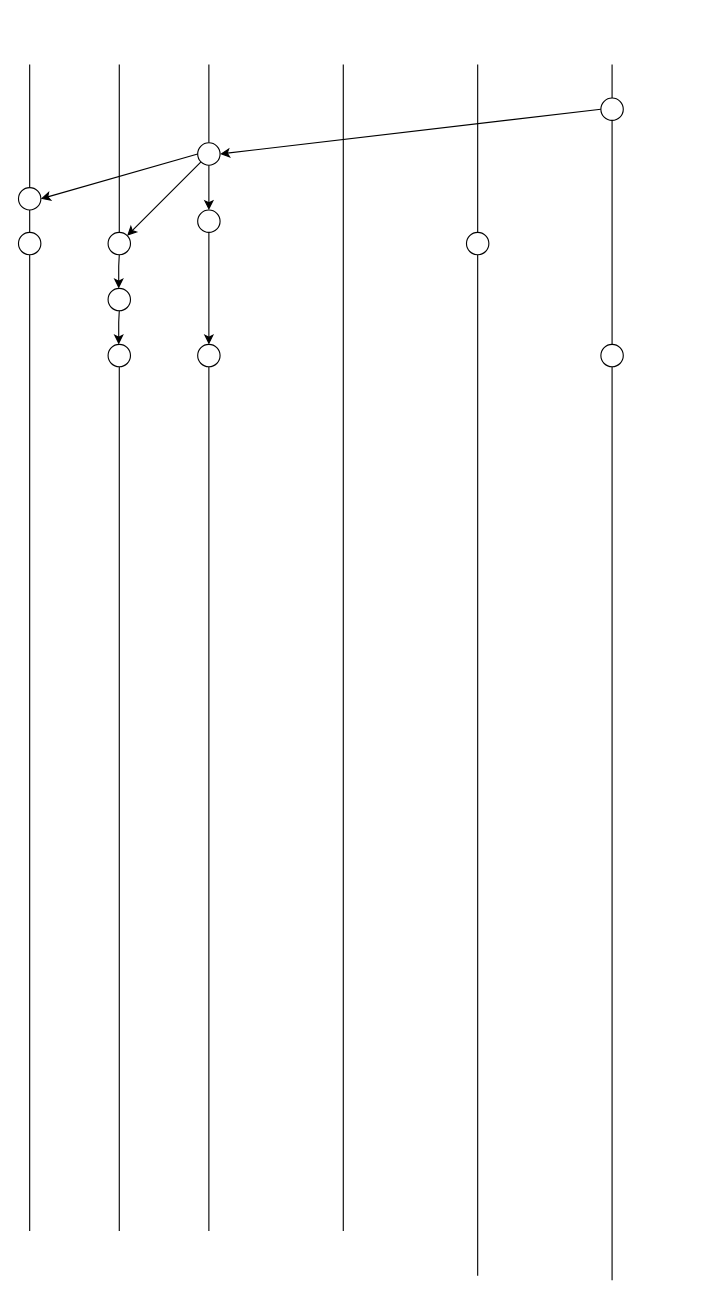
Before: gitbranch.drawio in Saurav1805/Sushant, a draw.io diagram. Source tidied: cells renumbered, new cells numbered last; positions are measured from the earlier drawing's top-left corner, leaving out a move shared by most shapes. Both pictures are drawn from the tidied source at 112%, with x=0, y=0 at pixel (18, 64).
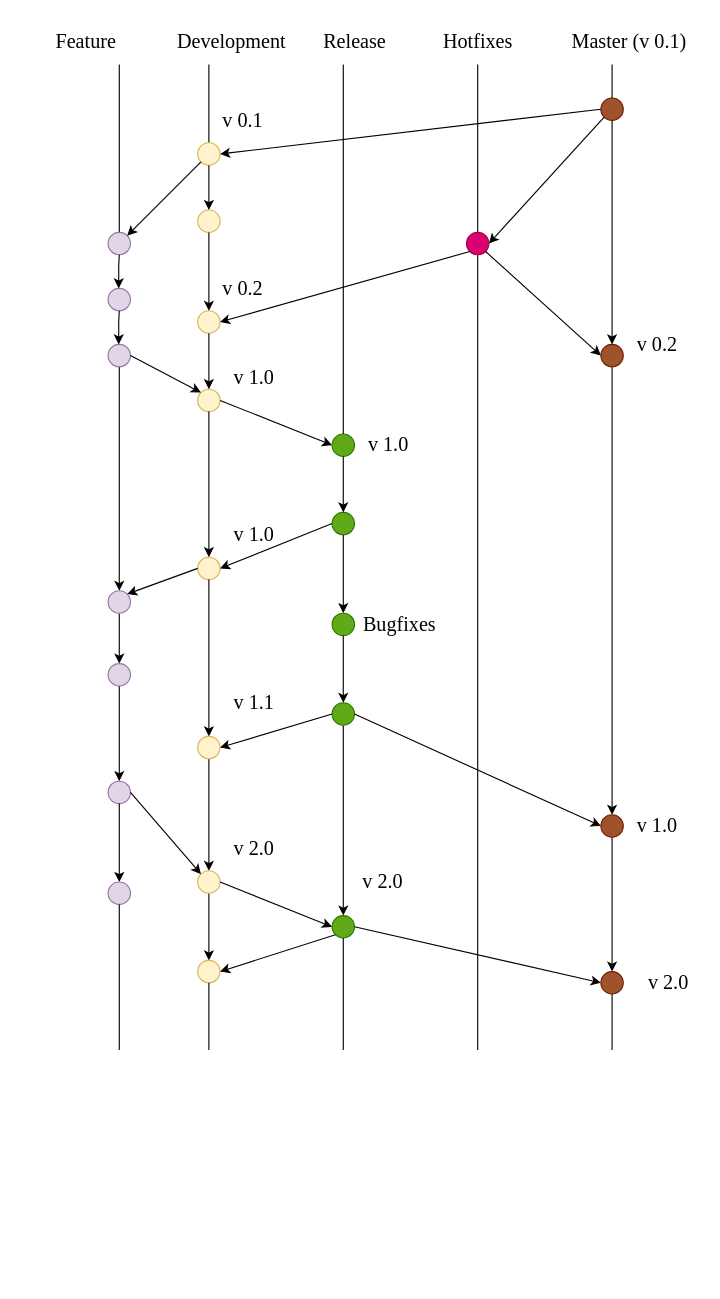
The same page after the edit.

What changed in the source:
```diff
@@
-    <mxCell id="2" style="endArrow=none;html=1;rounded=0;" parent="1" edge="1" source="9">
-      <mxGeometry relative="1" as="geometry">
-        <mxPoint x="10" as="targetPoint" />
-      </mxGeometry>
-    </mxCell>
@@
-    <mxCell id="5" style="endArrow=none;html=1;rounded=0;" parent="1" edge="1">
-      <mxGeometry relative="1" as="geometry">
-        <mxPoint x="290" y="1041.6" as="sourcePoint" />
-        <mxPoint x="290" as="targetPoint" />
-      </mxGeometry>
-    </mxCell>
@@
-    <mxCell id="7" style="endArrow=none;html=1;rounded=0;" parent="1" edge="1" source="18">
-      <mxGeometry relative="1" as="geometry">
-        <mxPoint x="530" as="targetPoint" />
-      </mxGeometry>
-    </mxCell>
-    <mxCell id="8" style="endArrow=none;html=1;rounded=0;" parent="1" edge="1" source="11" target="9">
-      <mxGeometry relative="1" as="geometry" />
-    </mxCell>
-    <mxCell id="9" style="ellipse;whiteSpace=wrap;html=1;" parent="1" vertex="1">
-      <mxGeometry y="110" width="20" height="20" as="geometry" />
-    </mxCell>
-    <mxCell id="10" style="endArrow=none;html=1;rounded=0;" parent="1" edge="1" target="11">
-      <mxGeometry relative="1" as="geometry">
-        <mxPoint x="10" y="1041.6" as="sourcePoint" />
-      </mxGeometry>
-    </mxCell>
-    <mxCell id="11" style="ellipse;whiteSpace=wrap;html=1;" parent="1" vertex="1">
-      <mxGeometry y="150" width="20" height="20" as="geometry" />
-    </mxCell>
-    <mxCell id="12" style="ellipse;whiteSpace=wrap;html=1;" parent="1" vertex="1">
+    <mxCell id="12" style="ellipse;whiteSpace=wrap;html=1;fillColor=#e1d5e7;strokeColor=#9673a6;" parent="1" vertex="1">
       <mxGeometry x="80" y="150" width="20" height="20" as="geometry" />
     </mxCell>
-    <mxCell id="13" style="ellipse;whiteSpace=wrap;html=1;" parent="1" vertex="1">
+    <mxCell id="13" style="ellipse;whiteSpace=wrap;html=1;fillColor=#e1d5e7;strokeColor=#9673a6;" parent="1" vertex="1">
       <mxGeometry x="80" y="200" width="20" height="20" as="geometry" />
     </mxCell>
-    <mxCell id="14" style="endArrow=none;html=1;rounded=0;" parent="1" edge="1" target="15">
-      <mxGeometry relative="1" as="geometry">
-        <mxPoint x="90" y="1041.6" as="sourcePoint" />
-      </mxGeometry>
-    </mxCell>
+    <mxCell id="32" style="edgeStyle=orthogonalEdgeStyle;rounded=0;jettySize=auto;html=1;exitX=0.5;exitY=1;exitDx=0;exitDy=0;entryX=0.5;entryY=0;entryDx=0;entryDy=0;" parent="1" edge="1" source="15" target="52">
+      <mxGeometry relative="1" as="geometry" />
+    </mxCell>
-    <mxCell id="15" style="ellipse;whiteSpace=wrap;html=1;" parent="1" vertex="1">
+    <mxCell id="15" style="ellipse;whiteSpace=wrap;html=1;fillColor=#e1d5e7;strokeColor=#9673a6;" parent="1" vertex="1">
       <mxGeometry x="80" y="250" width="20" height="20" as="geometry" />
     </mxCell>
-    <mxCell id="16" style="ellipse;whiteSpace=wrap;html=1;" parent="1" vertex="1">
+    <mxCell id="16" style="ellipse;whiteSpace=wrap;html=1;fillColor=#a0522d;strokeColor=#6D1F00;fontColor=#ffffff;" parent="1" vertex="1">
       <mxGeometry x="520" y="30" width="20" height="20" as="geometry" />
     </mxCell>
-    <mxCell id="17" style="endArrow=none;html=1;rounded=0;" parent="1" edge="1" target="18">
-      <mxGeometry relative="1" as="geometry">
-        <mxPoint x="530" y="1085.6" as="sourcePoint" />
-      </mxGeometry>
-    </mxCell>
+    <mxCell id="33" style="edgeStyle=orthogonalEdgeStyle;rounded=0;jettySize=auto;html=1;exitX=0.5;exitY=1;exitDx=0;exitDy=0;entryX=0.5;entryY=0;entryDx=0;entryDy=0;" parent="1" edge="1" source="18" target="61">
+      <mxGeometry relative="1" as="geometry" />
+    </mxCell>
-    <mxCell id="18" style="ellipse;whiteSpace=wrap;html=1;" parent="1" vertex="1">
+    <mxCell id="18" style="ellipse;whiteSpace=wrap;html=1;fillColor=#a0522d;strokeColor=#6D1F00;fontColor=#ffffff;" parent="1" vertex="1">
       <mxGeometry x="520" y="250" width="20" height="20" as="geometry" />
     </mxCell>
     <mxCell id="19" style="endArrow=none;html=1;rounded=0;" parent="1" edge="1" target="20">
       <mxGeometry relative="1" as="geometry">
-        <mxPoint x="410" y="1081.6" as="sourcePoint" />
+        <mxPoint x="410" y="880" as="sourcePoint" />
       </mxGeometry>
     </mxCell>
-    <mxCell id="20" style="ellipse;whiteSpace=wrap;html=1;" parent="1" vertex="1">
+    <mxCell id="20" style="ellipse;whiteSpace=wrap;html=1;fillColor=#d80073;fontColor=#ffffff;strokeColor=#A50040;" parent="1" vertex="1">
       <mxGeometry x="400" y="150" width="20" height="20" as="geometry" />
     </mxCell>
-    <mxCell id="21" style="endArrow=none;html=1;rounded=0;" parent="1" edge="1" target="22">
-      <mxGeometry relative="1" as="geometry">
-        <mxPoint x="170" y="1041.6" as="sourcePoint" />
-      </mxGeometry>
-    </mxCell>
-    <mxCell id="22" style="ellipse;whiteSpace=wrap;html=1;" parent="1" vertex="1">
-      <mxGeometry x="160" y="250" width="20" height="20" as="geometry" />
+    <mxCell id="22" style="ellipse;whiteSpace=wrap;html=1;fillColor=#fff2cc;strokeColor=#d6b656;" parent="1" vertex="1">
+      <mxGeometry x="160" y="220" width="20" height="20" as="geometry" />
     </mxCell>
-    <mxCell id="23" style="ellipse;whiteSpace=wrap;html=1;" parent="1" vertex="1">
+    <mxCell id="23" style="ellipse;whiteSpace=wrap;html=1;fillColor=#fff2cc;strokeColor=#d6b656;" parent="1" vertex="1">
       <mxGeometry x="160" y="70" width="20" height="20" as="geometry" />
     </mxCell>
-    <mxCell id="24" style="ellipse;whiteSpace=wrap;html=1;" parent="1" vertex="1">
+    <mxCell id="24" style="ellipse;whiteSpace=wrap;html=1;fillColor=#fff2cc;strokeColor=#d6b656;" parent="1" vertex="1">
       <mxGeometry x="160" y="130" width="20" height="20" as="geometry" />
     </mxCell>
@@
-    <mxCell id="28" style="endArrow=classic;html=1;rounded=0;exitX=0;exitY=0.5;exitDx=0;exitDy=0;entryX=1;entryY=0.5;entryDx=0;entryDy=0;" parent="1" edge="1" source="23" target="9">
-      <mxGeometry relative="1" as="geometry" />
-    </mxCell>
@@
+    <mxCell id="34" style="endArrow=classic;html=1;rounded=0;entryX=1;entryY=0.5;entryDx=0;entryDy=0;exitX=0;exitY=1;exitDx=0;exitDy=0;" parent="1" edge="1" source="20">
+      <mxGeometry relative="1" as="geometry">
+        <mxPoint x="180" y="230" as="targetPoint" />
+      </mxGeometry>
+    </mxCell>
+    <mxCell id="35" style="endArrow=classic;html=1;rounded=0;entryX=0;entryY=0.5;entryDx=0;entryDy=0;exitX=1;exitY=1;exitDx=0;exitDy=0;" parent="1" edge="1" source="20" target="18">
+      <mxGeometry relative="1" as="geometry" />
+    </mxCell>
+    <mxCell id="36" style="ellipse;whiteSpace=wrap;html=1;fillColor=#fff2cc;strokeColor=#d6b656;" parent="1" vertex="1">
+      <mxGeometry x="160" y="290" width="20" height="20" as="geometry" />
+    </mxCell>
+    <mxCell id="37" style="ellipse;whiteSpace=wrap;html=1;fillColor=#fff2cc;strokeColor=#d6b656;" parent="1" vertex="1">
+      <mxGeometry x="160" y="440" width="20" height="20" as="geometry" />
+    </mxCell>
+    <mxCell id="38" style="ellipse;whiteSpace=wrap;html=1;fillColor=#60a917;strokeColor=#2D7600;fontColor=#ffffff;" parent="1" vertex="1">
+      <mxGeometry x="280" y="330" width="20" height="20" as="geometry" />
+    </mxCell>
+    <mxCell id="39" style="ellipse;whiteSpace=wrap;html=1;fillColor=#60a917;strokeColor=#2D7600;fontColor=#ffffff;" parent="1" vertex="1">
+      <mxGeometry x="280" y="400" width="20" height="20" as="geometry" />
+    </mxCell>
+    <mxCell id="40" style="endArrow=classic;html=1;rounded=0;exitX=1;exitY=0.5;exitDx=0;exitDy=0;entryX=0;entryY=0;entryDx=0;entryDy=0;" parent="1" edge="1" source="15" target="36">
+      <mxGeometry relative="1" as="geometry" />
+    </mxCell>
+    <mxCell id="41" style="endArrow=classic;html=1;rounded=0;entryX=0;entryY=0.5;entryDx=0;entryDy=0;exitX=1;exitY=0.5;exitDx=0;exitDy=0;" parent="1" edge="1" source="36" target="38">
+      <mxGeometry relative="1" as="geometry" />
+    </mxCell>
+    <mxCell id="42" style="endArrow=none;html=1;rounded=0;exitX=0.5;exitY=0;exitDx=0;exitDy=0;" parent="1" edge="1" source="38">
+      <mxGeometry relative="1" as="geometry">
+        <mxPoint x="290" as="targetPoint" />
+      </mxGeometry>
+    </mxCell>
+    <mxCell id="43" style="endArrow=classic;html=1;rounded=0;exitX=0.5;exitY=1;exitDx=0;exitDy=0;entryX=0.5;entryY=0;entryDx=0;entryDy=0;" parent="1" edge="1" source="38" target="39">
+      <mxGeometry relative="1" as="geometry" />
+    </mxCell>
+    <mxCell id="44" style="endArrow=classic;html=1;rounded=0;exitX=0;exitY=0.5;exitDx=0;exitDy=0;entryX=1;entryY=0.5;entryDx=0;entryDy=0;" parent="1" edge="1" source="39" target="37">
+      <mxGeometry relative="1" as="geometry" />
+    </mxCell>
+    <mxCell id="45" style="endArrow=classic;html=1;rounded=0;exitX=0.5;exitY=1;exitDx=0;exitDy=0;entryX=0.5;entryY=0;entryDx=0;entryDy=0;" parent="1" edge="1" source="22" target="36">
+      <mxGeometry relative="1" as="geometry" />
+    </mxCell>
+    <mxCell id="46" style="endArrow=classic;html=1;rounded=0;exitX=0.5;exitY=1;exitDx=0;exitDy=0;entryX=0.5;entryY=0;entryDx=0;entryDy=0;" parent="1" edge="1" source="36" target="37">
+      <mxGeometry relative="1" as="geometry" />
+    </mxCell>
+    <mxCell id="47" style="endArrow=classic;html=1;rounded=0;exitX=0.5;exitY=1;exitDx=0;exitDy=0;entryX=0.5;entryY=0;entryDx=0;entryDy=0;" parent="1" edge="1" source="37" target="63">
+      <mxGeometry relative="1" as="geometry" />
+    </mxCell>
+    <mxCell id="48" style="ellipse;whiteSpace=wrap;html=1;fillColor=#60a917;strokeColor=#2D7600;fontColor=#ffffff;" parent="1" vertex="1">
+      <mxGeometry x="280" y="490" width="20" height="20" as="geometry" />
+    </mxCell>
+    <mxCell id="49" style="edgeStyle=orthogonalEdgeStyle;rounded=0;jettySize=auto;html=1;exitX=0.5;exitY=1;exitDx=0;exitDy=0;entryX=0.5;entryY=0;entryDx=0;entryDy=0;" parent="1" edge="1" source="50" target="64">
+      <mxGeometry relative="1" as="geometry" />
+    </mxCell>
+    <mxCell id="50" style="ellipse;whiteSpace=wrap;html=1;fillColor=#60a917;strokeColor=#2D7600;fontColor=#ffffff;" parent="1" vertex="1">
+      <mxGeometry x="280" y="570" width="20" height="20" as="geometry" />
+    </mxCell>
+    <mxCell id="51" style="edgeStyle=orthogonalEdgeStyle;rounded=0;jettySize=auto;html=1;exitX=0.5;exitY=1;exitDx=0;exitDy=0;entryX=0.5;entryY=0;entryDx=0;entryDy=0;" parent="1" edge="1" source="52" target="73">
+      <mxGeometry relative="1" as="geometry" />
+    </mxCell>
+    <mxCell id="52" style="ellipse;whiteSpace=wrap;html=1;fillColor=#e1d5e7;strokeColor=#9673a6;" parent="1" vertex="1">
+      <mxGeometry x="80" y="470" width="20" height="20" as="geometry" />
+    </mxCell>
+    <mxCell id="53" style="endArrow=classic;html=1;rounded=0;exitX=0.5;exitY=1;exitDx=0;exitDy=0;entryX=0.5;entryY=0;entryDx=0;entryDy=0;" parent="1" edge="1" source="39" target="48">
+      <mxGeometry relative="1" as="geometry" />
+    </mxCell>
+    <mxCell id="54" style="endArrow=classic;html=1;rounded=0;entryX=0.5;entryY=0;entryDx=0;entryDy=0;exitX=0.5;exitY=1;exitDx=0;exitDy=0;" parent="1" edge="1" source="48" target="50">
+      <mxGeometry relative="1" as="geometry" />
+    </mxCell>
+    <mxCell id="55" style="endArrow=classic;html=1;rounded=0;entryX=1;entryY=0.5;entryDx=0;entryDy=0;exitX=0;exitY=1;exitDx=0;exitDy=0;" parent="1" edge="1" source="16" target="20">
+      <mxGeometry relative="1" as="geometry" />
+    </mxCell>
+    <mxCell id="56" style="endArrow=classic;html=1;rounded=0;entryX=0.5;entryY=0;entryDx=0;entryDy=0;exitX=0.5;exitY=1;exitDx=0;exitDy=0;" parent="1" edge="1" source="16" target="18">
+      <mxGeometry relative="1" as="geometry" />
+    </mxCell>
+    <mxCell id="57" style="endArrow=none;html=1;rounded=0;exitX=0.5;exitY=0;exitDx=0;exitDy=0;" parent="1" edge="1" source="16">
+      <mxGeometry relative="1" as="geometry">
+        <mxPoint x="530" as="targetPoint" />
+      </mxGeometry>
+    </mxCell>
+    <mxCell id="58" style="edgeStyle=orthogonalEdgeStyle;rounded=0;jettySize=auto;html=1;exitX=0.5;exitY=1;exitDx=0;exitDy=0;entryX=0.5;entryY=0;entryDx=0;entryDy=0;" parent="1" edge="1" source="73" target="59">
+      <mxGeometry relative="1" as="geometry" />
+    </mxCell>
+    <mxCell id="59" style="ellipse;whiteSpace=wrap;html=1;fillColor=#e1d5e7;strokeColor=#9673a6;" parent="1" vertex="1">
+      <mxGeometry x="80" y="640" width="20" height="20" as="geometry" />
+    </mxCell>
+    <mxCell id="60" style="edgeStyle=orthogonalEdgeStyle;rounded=0;jettySize=auto;html=1;exitX=0.5;exitY=1;exitDx=0;exitDy=0;entryX=0.5;entryY=0;entryDx=0;entryDy=0;" parent="1" edge="1" source="61" target="76">
+      <mxGeometry relative="1" as="geometry" />
+    </mxCell>
+    <mxCell id="61" style="ellipse;whiteSpace=wrap;html=1;fillColor=#a0522d;strokeColor=#6D1F00;fontColor=#ffffff;" parent="1" vertex="1">
+      <mxGeometry x="520" y="670" width="20" height="20" as="geometry" />
+    </mxCell>
+    <mxCell id="62" style="edgeStyle=orthogonalEdgeStyle;rounded=0;jettySize=auto;html=1;exitX=0.5;exitY=1;exitDx=0;exitDy=0;entryX=0.5;entryY=0;entryDx=0;entryDy=0;" parent="1" edge="1" source="63" target="66">
+      <mxGeometry relative="1" as="geometry" />
+    </mxCell>
+    <mxCell id="63" style="ellipse;whiteSpace=wrap;html=1;fillColor=#fff2cc;strokeColor=#d6b656;" parent="1" vertex="1">
+      <mxGeometry x="160" y="600" width="20" height="20" as="geometry" />
+    </mxCell>
+    <mxCell id="64" style="ellipse;whiteSpace=wrap;html=1;fillColor=#60a917;strokeColor=#2D7600;fontColor=#ffffff;" parent="1" vertex="1">
+      <mxGeometry x="280" y="760" width="20" height="20" as="geometry" />
+    </mxCell>
+    <mxCell id="65" style="edgeStyle=orthogonalEdgeStyle;rounded=0;jettySize=auto;html=1;exitX=0.5;exitY=1;exitDx=0;exitDy=0;entryX=0.5;entryY=0;entryDx=0;entryDy=0;" parent="1" edge="1" source="66" target="78">
+      <mxGeometry relative="1" as="geometry" />
+    </mxCell>
+    <mxCell id="66" style="ellipse;whiteSpace=wrap;html=1;fillColor=#fff2cc;strokeColor=#d6b656;" parent="1" vertex="1">
+      <mxGeometry x="160" y="720" width="20" height="20" as="geometry" />
+    </mxCell>
+    <mxCell id="67" style="endArrow=classic;html=1;rounded=0;exitX=1;exitY=0.5;exitDx=0;exitDy=0;entryX=0;entryY=0.5;entryDx=0;entryDy=0;" parent="1" edge="1" source="50" target="61">
+      <mxGeometry relative="1" as="geometry" />
+    </mxCell>
+    <mxCell id="68" style="endArrow=classic;html=1;rounded=0;exitX=0;exitY=0.5;exitDx=0;exitDy=0;entryX=1;entryY=0.5;entryDx=0;entryDy=0;" parent="1" edge="1" source="50" target="63">
+      <mxGeometry relative="1" as="geometry" />
+    </mxCell>
+    <mxCell id="69" style="edgeStyle=orthogonalEdgeStyle;rounded=0;jettySize=auto;html=1;exitX=0.5;exitY=1;exitDx=0;exitDy=0;entryX=0;entryY=0.5;entryDx=0;entryDy=0;" parent="1" edge="1" source="59" target="70">
+      <mxGeometry relative="1" as="geometry" />
+    </mxCell>
+    <mxCell id="70" style="ellipse;whiteSpace=wrap;html=1;fillColor=#e1d5e7;strokeColor=#9673a6;direction=south;" parent="1" vertex="1">
+      <mxGeometry x="80" y="730" width="20" height="20" as="geometry" />
+    </mxCell>
+    <mxCell id="71" style="endArrow=classic;html=1;rounded=0;exitX=0;exitY=0.5;exitDx=0;exitDy=0;entryX=1;entryY=0;entryDx=0;entryDy=0;" parent="1" edge="1" source="37" target="52">
+      <mxGeometry relative="1" as="geometry" />
+    </mxCell>
+    <mxCell id="72" style="edgeStyle=orthogonalEdgeStyle;rounded=0;jettySize=auto;html=1;exitX=0.5;exitY=1;exitDx=0;exitDy=0;entryX=0.5;entryY=0;entryDx=0;entryDy=0;" parent="1" edge="1" target="73">
+      <mxGeometry relative="1" as="geometry">
+        <mxPoint x="90" y="535" as="sourcePoint" />
+      </mxGeometry>
+    </mxCell>
+    <mxCell id="73" style="ellipse;whiteSpace=wrap;html=1;fillColor=#e1d5e7;strokeColor=#9673a6;" parent="1" vertex="1">
+      <mxGeometry x="80" y="535" width="20" height="20" as="geometry" />
+    </mxCell>
+    <mxCell id="74" style="endArrow=classic;html=1;rounded=0;exitX=1;exitY=0.5;exitDx=0;exitDy=0;entryX=0;entryY=0;entryDx=0;entryDy=0;" parent="1" edge="1" source="59" target="66">
+      <mxGeometry relative="1" as="geometry" />
+    </mxCell>
+    <mxCell id="75" style="endArrow=classic;html=1;rounded=0;exitX=1;exitY=0.5;exitDx=0;exitDy=0;entryX=0;entryY=0.5;entryDx=0;entryDy=0;" parent="1" edge="1" source="66" target="64">
+      <mxGeometry relative="1" as="geometry" />
+    </mxCell>
+    <mxCell id="76" style="ellipse;whiteSpace=wrap;html=1;fillColor=#a0522d;strokeColor=#6D1F00;fontColor=#ffffff;" parent="1" vertex="1">
+      <mxGeometry x="520" y="810" width="20" height="20" as="geometry" />
+    </mxCell>
+    <mxCell id="77" style="endArrow=classic;html=1;rounded=0;exitX=1;exitY=0.5;exitDx=0;exitDy=0;entryX=0;entryY=0.5;entryDx=0;entryDy=0;" parent="1" edge="1" source="64" target="76">
+      <mxGeometry relative="1" as="geometry" />
+    </mxCell>
+    <mxCell id="78" style="ellipse;whiteSpace=wrap;html=1;fillColor=#fff2cc;strokeColor=#d6b656;" parent="1" vertex="1">
+      <mxGeometry x="160" y="800" width="20" height="20" as="geometry" />
+    </mxCell>
+    <mxCell id="79" style="endArrow=classic;html=1;rounded=0;exitX=0;exitY=1;exitDx=0;exitDy=0;entryX=1;entryY=0.5;entryDx=0;entryDy=0;" parent="1" edge="1" source="64" target="78">
+      <mxGeometry relative="1" as="geometry" />
+    </mxCell>
+    <mxCell id="80" style="endArrow=none;html=1;rounded=0;exitX=1;exitY=0.5;exitDx=0;exitDy=0;" parent="1" edge="1" source="70">
+      <mxGeometry relative="1" as="geometry">
+        <mxPoint x="90" y="880" as="targetPoint" />
+      </mxGeometry>
+    </mxCell>
+    <mxCell id="81" style="endArrow=none;html=1;rounded=0;exitX=0.5;exitY=1;exitDx=0;exitDy=0;" parent="1" edge="1" source="64">
+      <mxGeometry relative="1" as="geometry">
+        <mxPoint x="290" y="880" as="targetPoint" />
+      </mxGeometry>
+    </mxCell>
+    <mxCell id="82" style="endArrow=none;html=1;rounded=0;" parent="1" edge="1">
+      <mxGeometry relative="1" as="geometry">
+        <mxPoint x="170" y="820" as="sourcePoint" />
+        <mxPoint x="170" y="880" as="targetPoint" />
+      </mxGeometry>
+    </mxCell>
+    <mxCell id="83" style="endArrow=none;html=1;rounded=0;entryX=0.5;entryY=1;entryDx=0;entryDy=0;" parent="1" edge="1" target="76">
+      <mxGeometry relative="1" as="geometry">
+        <mxPoint x="530" y="880" as="sourcePoint" />
+      </mxGeometry>
+    </mxCell>
+    <mxCell id="84" value="&lt;font style=&quot;font-size: 18px;&quot; face=&quot;Times New Roman&quot;&gt;Master (v 0.1)&lt;/font&gt;" style="text;html=1;align=center;verticalAlign=middle;strokeColor=none;fillColor=none;" parent="1" vertex="1">
+      <mxGeometry x="480" y="-40" width="130" height="40" as="geometry" />
+    </mxCell>
+    <mxCell id="85" value="&lt;font style=&quot;font-size: 18px;&quot; face=&quot;Times New Roman&quot;&gt;Hotfixes&lt;/font&gt;" style="text;html=1;align=center;verticalAlign=middle;strokeColor=none;fillColor=none;" parent="1" vertex="1">
+      <mxGeometry x="365" y="-40" width="90" height="40" as="geometry" />
+    </mxCell>
+    <mxCell id="86" value="&lt;font style=&quot;font-size: 18px;&quot; face=&quot;Times New Roman&quot;&gt;Release&lt;/font&gt;" style="text;html=1;align=center;verticalAlign=middle;strokeColor=none;fillColor=none;" parent="1" vertex="1">
+      <mxGeometry x="260" y="-40" width="80" height="40" as="geometry" />
+    </mxCell>
+    <mxCell id="87" value="&lt;font style=&quot;font-size: 18px;&quot; face=&quot;Times New Roman&quot;&gt;Development&lt;/font&gt;" style="text;html=1;align=center;verticalAlign=middle;strokeColor=none;fillColor=none;" parent="1" vertex="1">
+      <mxGeometry x="130" y="-40" width="120" height="40" as="geometry" />
+    </mxCell>
+    <mxCell id="88" value="&lt;font style=&quot;font-size: 18px;&quot; face=&quot;Times New Roman&quot;&gt;Feature&lt;/font&gt;" style="text;html=1;align=center;verticalAlign=middle;strokeColor=none;fillColor=none;" parent="1" vertex="1">
+      <mxGeometry x="20" y="-40" width="80" height="40" as="geometry" />
+    </mxCell>
+    <mxCell id="89" value="&lt;font style=&quot;font-size: 18px;&quot; face=&quot;Times New Roman&quot;&gt;v 0.2&lt;/font&gt;" style="text;html=1;align=center;verticalAlign=middle;strokeColor=none;fillColor=none;" parent="1" vertex="1">
+      <mxGeometry x="540" y="230" width="60" height="40" as="geometry" />
+    </mxCell>
+    <mxCell id="90" value="&lt;font style=&quot;font-size: 18px;&quot; face=&quot;Times New Roman&quot;&gt;v 0.1&lt;/font&gt;" style="text;html=1;align=center;verticalAlign=middle;strokeColor=none;fillColor=none;" parent="1" vertex="1">
+      <mxGeometry x="170" y="30" width="60" height="40" as="geometry" />
+    </mxCell>
+    <mxCell id="91" value="&lt;font style=&quot;font-size: 18px;&quot; face=&quot;Times New Roman&quot;&gt;v 0.2&lt;/font&gt;" style="text;html=1;align=center;verticalAlign=middle;strokeColor=none;fillColor=none;" parent="1" vertex="1">
+      <mxGeometry x="170" y="180" width="60" height="40" as="geometry" />
+    </mxCell>
+    <mxCell id="92" value="&lt;font style=&quot;font-size: 18px;&quot; face=&quot;Times New Roman&quot;&gt;v 1.0&lt;/font&gt;" style="text;html=1;align=center;verticalAlign=middle;strokeColor=none;fillColor=none;" parent="1" vertex="1">
+      <mxGeometry x="300" y="320" width="60" height="40" as="geometry" />
+    </mxCell>
+    <mxCell id="93" value="&lt;font style=&quot;font-size: 18px;&quot; face=&quot;Times New Roman&quot;&gt;Bugfixes&lt;/font&gt;" style="text;html=1;align=center;verticalAlign=middle;strokeColor=none;fillColor=none;" parent="1" vertex="1">
+      <mxGeometry x="295" y="480" width="90" height="40" as="geometry" />
+    </mxCell>
+    <mxCell id="94" value="&lt;font style=&quot;font-size: 18px;&quot; face=&quot;Times New Roman&quot;&gt;v 1.0&lt;/font&gt;" style="text;html=1;align=center;verticalAlign=middle;strokeColor=none;fillColor=none;" parent="1" vertex="1">
+      <mxGeometry x="540" y="660" width="60" height="40" as="geometry" />
+    </mxCell>
+    <mxCell id="95" value="&lt;font style=&quot;font-size: 18px;&quot; face=&quot;Times New Roman&quot;&gt;v 2.0&lt;/font&gt;" style="text;html=1;align=center;verticalAlign=middle;strokeColor=none;fillColor=none;" parent="1" vertex="1">
+      <mxGeometry x="295" y="710" width="60" height="40" as="geometry" />
+    </mxCell>
+    <mxCell id="96" value="&lt;font style=&quot;font-size: 18px;&quot; face=&quot;Times New Roman&quot;&gt;v 1.0&lt;/font&gt;" style="text;html=1;align=center;verticalAlign=middle;strokeColor=none;fillColor=none;" parent="1" vertex="1">
+      <mxGeometry x="180" y="260" width="60" height="40" as="geometry" />
+    </mxCell>
+    <mxCell id="97" value="&lt;font style=&quot;font-size: 18px;&quot; face=&quot;Times New Roman&quot;&gt;v 1.0&lt;/font&gt;" style="text;html=1;align=center;verticalAlign=middle;strokeColor=none;fillColor=none;" parent="1" vertex="1">
+      <mxGeometry x="180" y="400" width="60" height="40" as="geometry" />
+    </mxCell>
+    <mxCell id="98" value="&lt;font style=&quot;font-size: 18px;&quot; face=&quot;Times New Roman&quot;&gt;v 1.1&lt;/font&gt;" style="text;html=1;align=center;verticalAlign=middle;strokeColor=none;fillColor=none;" parent="1" vertex="1">
+      <mxGeometry x="180" y="550" width="60" height="40" as="geometry" />
+    </mxCell>
+    <mxCell id="99" value="&lt;font style=&quot;font-size: 18px;&quot; face=&quot;Times New Roman&quot;&gt;v 2.0&lt;/font&gt;" style="text;html=1;align=center;verticalAlign=middle;strokeColor=none;fillColor=none;" parent="1" vertex="1">
+      <mxGeometry x="180" y="680" width="60" height="40" as="geometry" />
+    </mxCell>
+    <mxCell id="100" value="&lt;font style=&quot;font-size: 18px;&quot; face=&quot;Times New Roman&quot;&gt;v 2.0&lt;/font&gt;" style="text;html=1;align=center;verticalAlign=middle;strokeColor=none;fillColor=none;" parent="1" vertex="1">
+      <mxGeometry x="550" y="800" width="60" height="40" as="geometry" />
+    </mxCell>
```
